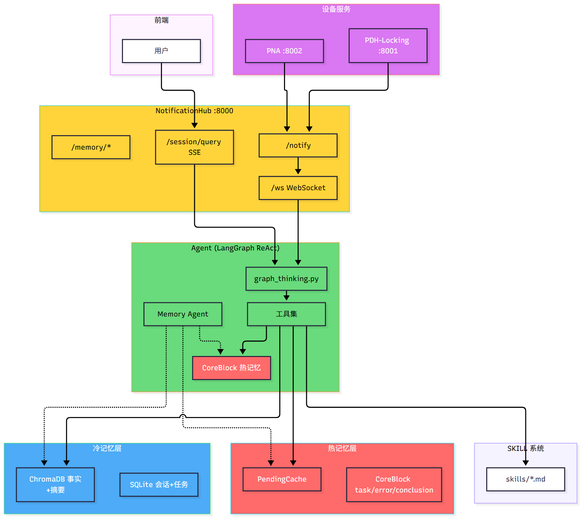
Above: docs/images/architecture.png in Plan1014/LabPilot (Mermaid), before the change. Its source is kept beside it as docs/architecture.mmd.
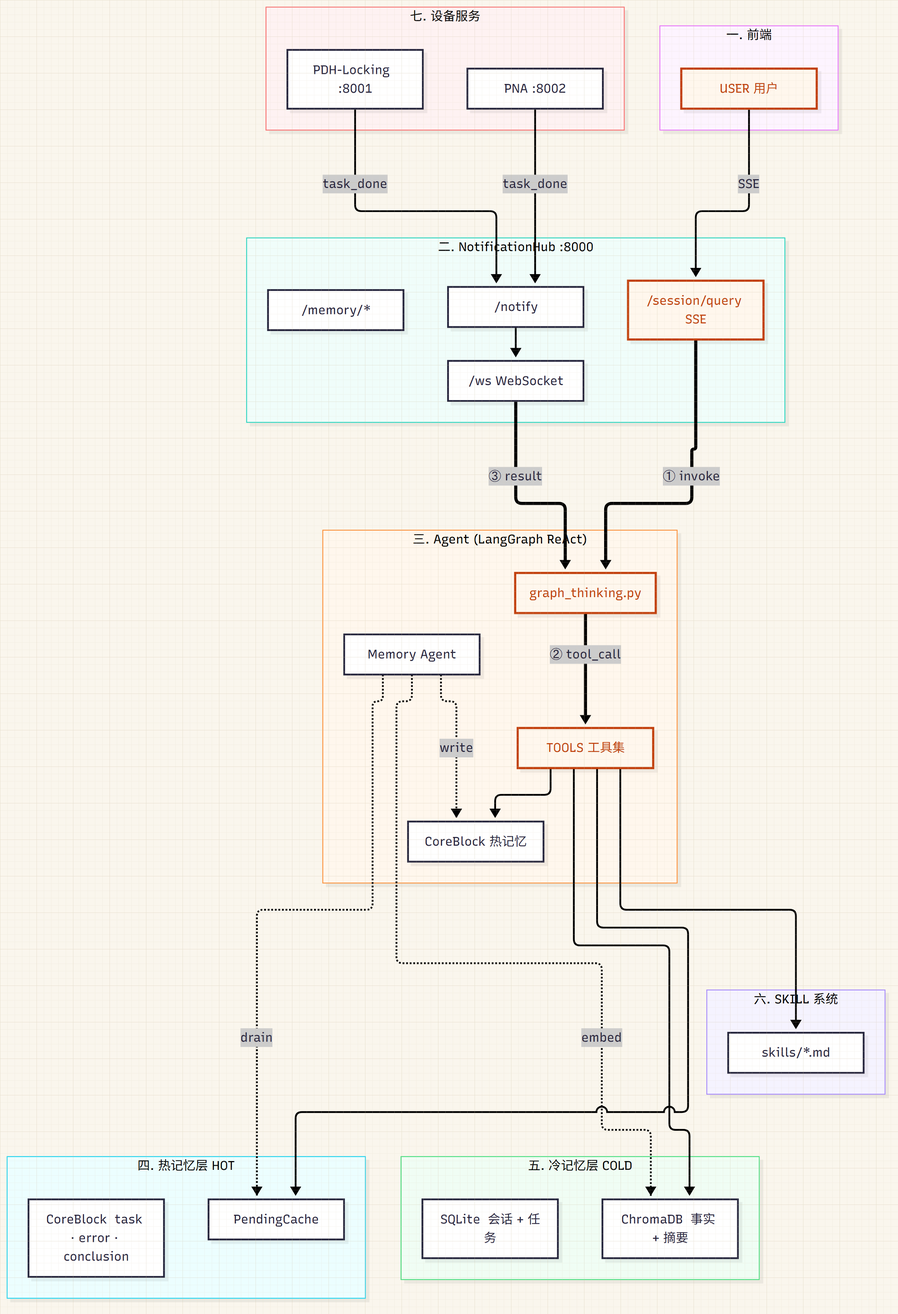
After the change.

Commit message:
docs: 架构图重做为工程图纸风格

Diff of the diagram source:
```diff
@@ -1,66 +1,101 @@
+%%{init: {
+  'theme': 'base',
+  'themeVariables': {
+    'primaryColor': '#faf6ed',
+    'primaryTextColor': '#0f2c4d',
+    'primaryBorderColor': '#0f2c4d',
+    'lineColor': '#0f2c4d',
+    'secondaryColor': '#ede5d3',
+    'tertiaryColor': '#faf6ed',
+    'background': '#faf6ed',
+    'fontFamily': 'Georgia, "Source Han Serif SC", "Noto Serif CJK SC", "Microsoft YaHei", "SimSun", serif',
+    'fontSize': '14px'
+  },
+  'themeCSS': '
+    svg {
+      background:
+        linear-gradient(#d8cfb8 1px, transparent 1px) 0 0 / 24px 24px,
+        linear-gradient(90deg, #d8cfb8 1px, transparent 1px) 0 0 / 24px 24px,
+        #faf6ed !important;
+    }
+    .edgeLabel, .nodeLabel, .label {
+      font-family: "JetBrains Mono", "Fira Code", Consolas, "Courier New", monospace !important;
+      font-size: 11px !important;
+      letter-spacing: 0.04em;
+    }
+    .cluster-label {
+      font-family: Georgia, "Source Han Serif SC", serif !important;
+      font-size: 15px !important;
+      font-style: italic;
+      letter-spacing: 0.08em;
+      fill: #0f2c4d;
+    }
+    .label text, .nodeLabel, .edgeLabel { fill: #0f2c4d; }
+    .edgePath path { stroke: #0f2c4d; stroke-width: 1.2px; }
+    rect, .cluster rect {
+      fill: #faf6ed !important;
+      stroke: #0f2c4d !important;
+      stroke-width: 1.2px !important;
+    }
+    .cluster rect { stroke-dasharray: 2 3; fill: #ede5d3 !important; }
+  '
+}}%%
 flowchart TB
-    subgraph UI ["前端"]
-        User["用户"]
+    subgraph UI ["一. 前端"]
+        User["USER  用户"]
     end
 
-    subgraph Hub ["NotificationHub :8000"]
+    subgraph Hub ["二. NotificationHub :8000"]
         SSE["/session/query SSE"]
         Notify["/notify"]
         WS["/ws WebSocket"]
         MemAPI["/memory/*"]
     end
 
-    subgraph Agent ["Agent (LangGraph ReAct)"]
+    subgraph Agent ["三. Agent  (LangGraph ReAct)"]
+        direction TB
         Graph["graph_thinking.py"]
-        Tools["工具集"]
+        Tools["TOOLS  工具集"]
         CoreMem["CoreBlock 热记忆"]
         MemAgent["Memory Agent"]
     end
 
-    subgraph HotMem ["热记忆层"]
-        CoreBlock["CoreBlock task/error/conclusion"]
+    subgraph HotMem ["四. 热记忆层  HOT"]
+        CoreBlock["CoreBlock  task · error · conclusion"]
         Pending["PendingCache"]
     end
 
-    subgraph ColdMem ["冷记忆层"]
-        ChromaDB["ChromaDB 事实+摘要"]
-        SQLite["SQLite 会话+任务"]
+    subgraph ColdMem ["五. 冷记忆层  COLD"]
+        ChromaDB["ChromaDB  事实 + 摘要"]
+        SQLite["SQLite  会话 + 任务"]
     end
 
-    subgraph SkillSys ["SKILL 系统"]
+    subgraph SkillSys ["六. SKILL 系统"]
         SkillFiles["skills/*.md"]
     end
 
-    subgraph Devices ["设备服务"]
-        PDH["PDH-Locking :8001"]
-        PNA["PNA :8002"]
+    subgraph Devices ["七. 设备服务"]
+        PDH["PDH-Locking  :8001"]
+        PNA["PNA  :8002"]
     end
 
-    User --> SSE
-    SSE --> Graph
-    Graph --> Tools
+    User -->|"SSE"| SSE
+    SSE ==>|"① invoke"| Graph
+    Graph ==>|"② tool_call"| Tools
+    WS ==>|"③ result"| Graph
+
     Tools --> CoreMem
     Tools --> ChromaDB
     Tools --> Pending
     Tools --> SkillFiles
 
-    MemAgent -.-> Pending
-    MemAgent -.-> CoreMem
-    MemAgent -.-> ChromaDB
+    MemAgent -.->|"drain"| Pending
+    MemAgent -.->|"write"| CoreMem
+    MemAgent -.->|"embed"| ChromaDB
 
-    PDH --> Notify
-    PNA --> Notify
+    PDH -->|"task_done"| Notify
+    PNA -->|"task_done"| Notify
     Notify --> WS
-    WS --> Graph
 
-    classDef hot fill:#ff6b6b,color:#fff
-    classDef cold fill:#4dabf7,color:#fff
-    classDef api fill:#ffd43b,color:#000
-    classDef agent fill:#69db7c,color:#000
-    classDef device fill:#da77f2,color:#fff
-
-    class CoreBlock,Pending,CoreMem,HotMem hot
-    class ChromaDB,SQLite,ColdMem cold
-    class SSE,Notify,WS,MemAPI,Hub api
-    class Graph,Tools,MemAgent,Agent agent
-    class PDH,PNA,Devices device
+    classDef primary fill:#fff7ed,stroke:#c2410c,stroke-width:2.4px,color:#c2410c
+    class User,SSE,Graph,Tools primary
```
